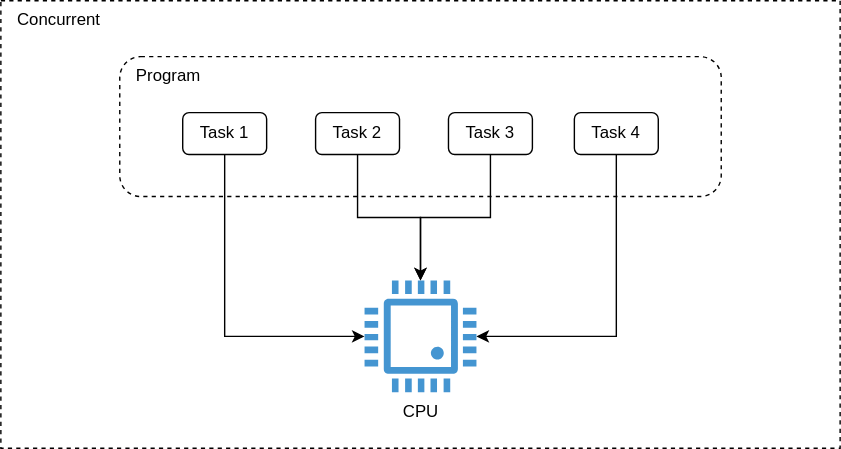
GabrielSlima/blog keeps this draw.io diagram as images/clean-concurrent-code/concurrency-concurrent.svg. Above is the earlier version. Source tidied: cells renumbered, new cells last; positions are measured from the earlier drawing's top-left corner, leaving out a move shared by most shapes. Its diagram source:
```xml
<mxGraphModel>
  <root>
    <mxCell id="0" />
    <mxCell id="1" parent="0" />
    <mxCell id="2" value="Concurrent" style="rounded=0;whiteSpace=wrap;html=1;fillColor=none;align=left;verticalAlign=top;dashed=1;spacingLeft=10;" parent="1" vertex="1">
      <mxGeometry width="600" height="320" as="geometry" />
    </mxCell>
    <mxCell id="3" value="Program" style="rounded=1;whiteSpace=wrap;html=1;align=left;verticalAlign=top;spacingLeft=10;fillColor=none;dashed=1;" parent="1" vertex="1">
      <mxGeometry x="85" y="40" width="430" height="100" as="geometry" />
    </mxCell>
    <mxCell id="4" value="&lt;div&gt;CPU&lt;/div&gt;" style="shadow=0;dashed=0;html=1;strokeColor=none;fillColor=#4495D1;labelPosition=center;verticalLabelPosition=bottom;verticalAlign=top;align=center;outlineConnect=0;shape=mxgraph.veeam.cpu;" parent="1" vertex="1">
      <mxGeometry x="260" y="200" width="80" height="80" as="geometry" />
    </mxCell>
    <mxCell id="5" style="edgeStyle=orthogonalEdgeStyle;rounded=0;jettySize=auto;html=1;" parent="1" edge="1" source="6" target="4">
      <mxGeometry relative="1" as="geometry">
        <Array as="points">
          <mxPoint x="160" y="240" />
        </Array>
      </mxGeometry>
    </mxCell>
    <mxCell id="6" value="Task 1" style="rounded=1;whiteSpace=wrap;html=1;" parent="1" vertex="1">
      <mxGeometry x="130" y="80" width="60" height="30" as="geometry" />
    </mxCell>
    <mxCell id="7" style="edgeStyle=orthogonalEdgeStyle;rounded=0;jettySize=auto;html=1;" parent="1" edge="1" source="8" target="4">
      <mxGeometry relative="1" as="geometry" />
    </mxCell>
    <mxCell id="8" value="Task 2" style="rounded=1;whiteSpace=wrap;html=1;" parent="1" vertex="1">
      <mxGeometry x="225" y="80" width="60" height="30" as="geometry" />
    </mxCell>
    <mxCell id="9" style="edgeStyle=orthogonalEdgeStyle;rounded=0;jettySize=auto;html=1;" parent="1" edge="1" source="10" target="4">
      <mxGeometry relative="1" as="geometry" />
    </mxCell>
    <mxCell id="10" value="&lt;div&gt;Task 3&lt;/div&gt;" style="rounded=1;whiteSpace=wrap;html=1;" parent="1" vertex="1">
      <mxGeometry x="320" y="80" width="60" height="30" as="geometry" />
    </mxCell>
    <mxCell id="11" style="edgeStyle=orthogonalEdgeStyle;rounded=0;jettySize=auto;html=1;" parent="1" edge="1" source="12" target="4">
      <mxGeometry relative="1" as="geometry">
        <Array as="points">
          <mxPoint x="440" y="240" />
        </Array>
      </mxGeometry>
    </mxCell>
    <mxCell id="12" value="Task 4" style="rounded=1;whiteSpace=wrap;html=1;" parent="1" vertex="1">
      <mxGeometry x="410" y="80" width="60" height="30" as="geometry" />
    </mxCell>
  </root>
</mxGraphModel>
```
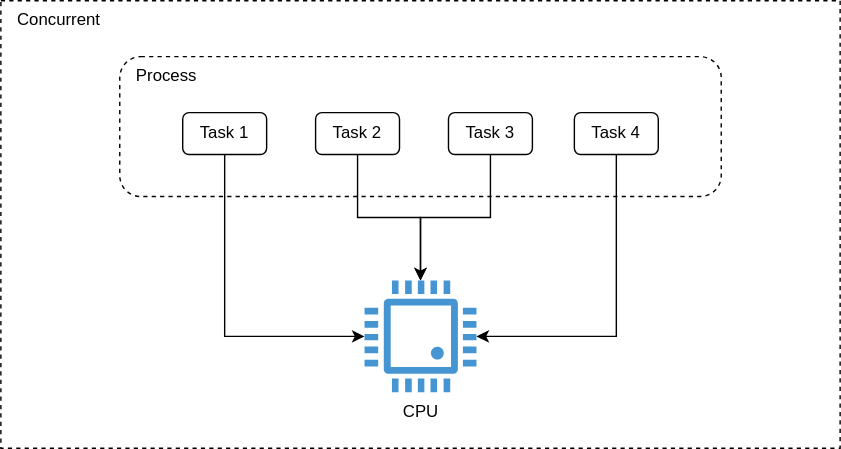
The same diagram one commit later.

Diff of the diagram source:
```diff
@@ -5,7 +5,7 @@
     <mxCell id="2" value="Concurrent" style="rounded=0;whiteSpace=wrap;html=1;fillColor=none;align=left;verticalAlign=top;dashed=1;spacingLeft=10;" parent="1" vertex="1">
       <mxGeometry width="600" height="320" as="geometry" />
     </mxCell>
-    <mxCell id="3" value="Program" style="rounded=1;whiteSpace=wrap;html=1;align=left;verticalAlign=top;spacingLeft=10;fillColor=none;dashed=1;" parent="1" vertex="1">
+    <mxCell id="3" value="Process" style="rounded=1;whiteSpace=wrap;html=1;align=left;verticalAlign=top;spacingLeft=10;fillColor=none;dashed=1;" parent="1" vertex="1">
       <mxGeometry x="85" y="40" width="430" height="100" as="geometry" />
     </mxCell>
     <mxCell id="4" value="&lt;div&gt;CPU&lt;/div&gt;" style="shadow=0;dashed=0;html=1;strokeColor=none;fillColor=#4495D1;labelPosition=center;verticalLabelPosition=bottom;verticalAlign=top;align=center;outlineConnect=0;shape=mxgraph.veeam.cpu;" parent="1" vertex="1">
```
